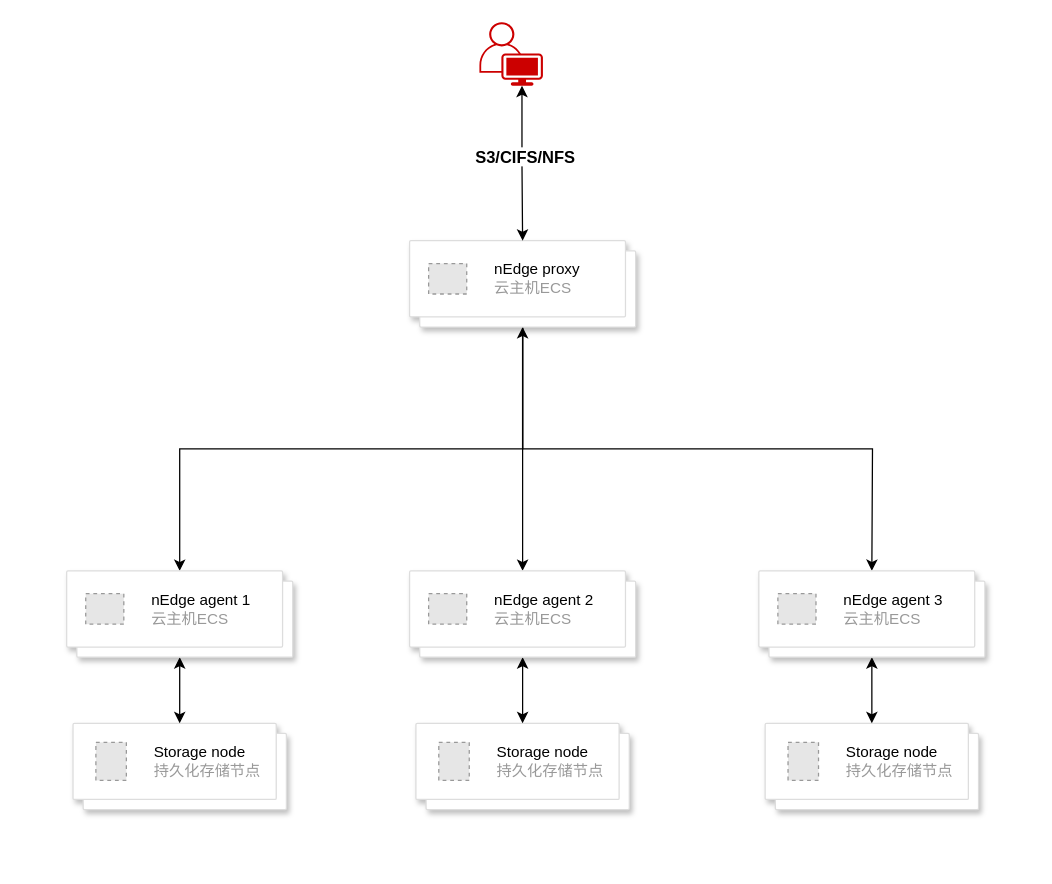
Earlier version of the draw.io diagram 东莞香港数据云.drawio (MyselfblueKAMI/drawpub). Source tidied: cells renumbered, new cells numbered last; positions are measured from the earlier drawing's top-left corner, leaving out a move shared by most shapes. Both pictures are drawn from the tidied source at 127%, with x=0, y=0 at pixel (66, 22). Pictures stored in the file or linked from it are replaced by grey dashed boxes.
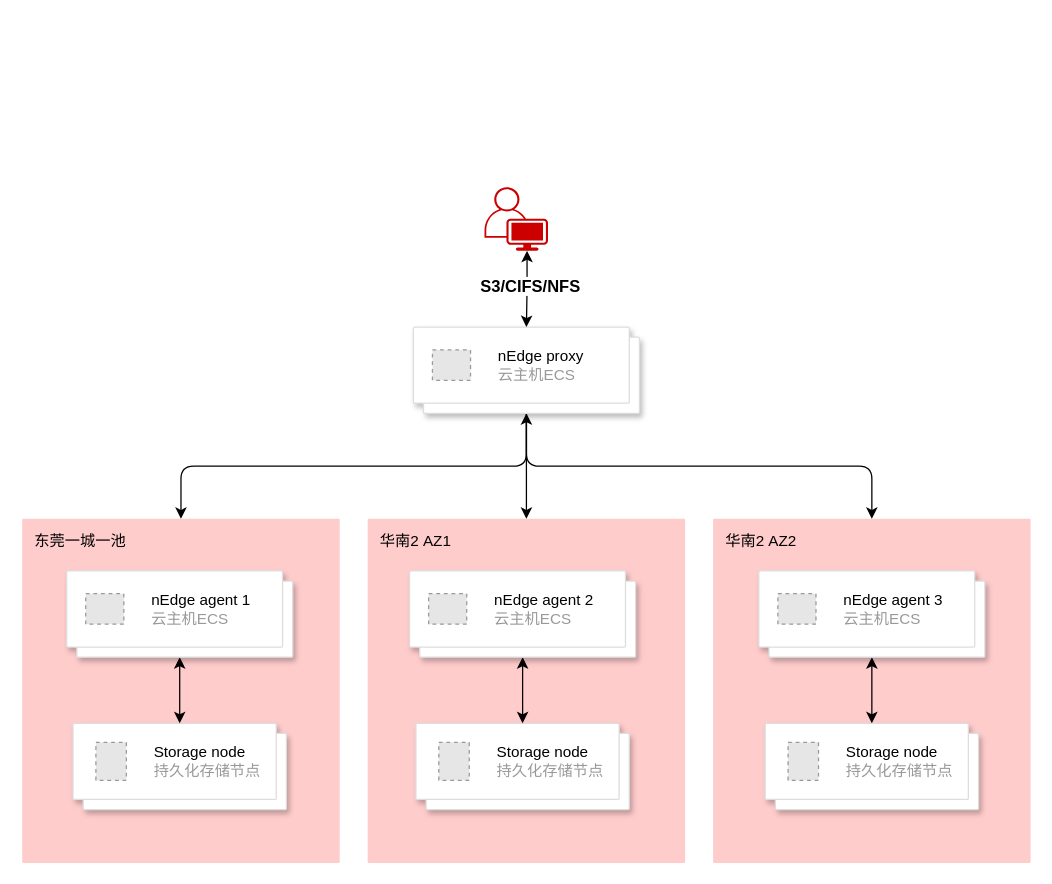
The same page after the edit.

Commit message (it also covers changes not shown here):
更新东莞香港数据云.drawio

The change refers to these unchanged cells:
```xml
<mxCell id="10" style="shape=mxgraph.gcp2.doubleRect;fillColor=#ffffff;strokeColor=#dddddd;shadow=1;strokeWidth=1;rounded=1;absoluteArcSize=1;arcSize=2;" parent="1" vertex="1">
  <mxGeometry y="432" width="178" height="68" as="geometry" />
</mxCell>
```

The edit, as a diff of the source:
```diff
@@
+    <mxCell id="25" value="&lt;font style=&quot;color: light-dark(rgb(0, 0, 0), rgb(0, 0, 0));&quot;&gt;华南2 AZ2&lt;/font&gt;" style="sketch=0;points=[[0,0,0],[0.25,0,0],[0.5,0,0],[0.75,0,0],[1,0,0],[1,0.25,0],[1,0.5,0],[1,0.75,0],[1,1,0],[0.75,1,0],[0.5,1,0],[0.25,1,0],[0,1,0],[0,0.75,0],[0,0.5,0],[0,0.25,0]];rounded=1;absoluteArcSize=1;arcSize=2;html=1;strokeColor=none;gradientColor=none;shadow=0;dashed=0;fontSize=12;fontColor=#9E9E9E;align=left;verticalAlign=top;spacing=10;spacingTop=-4;whiteSpace=wrap;fillColor=#FF9999;opacity=50;" parent="1" vertex="1">
+      <mxGeometry x="509" y="391" width="250" height="271" as="geometry" />
+    </mxCell>
+    <mxCell id="26" value="&lt;font style=&quot;color: light-dark(rgb(0, 0, 0), rgb(0, 0, 0));&quot;&gt;华南2 AZ1&lt;/font&gt;" style="sketch=0;points=[[0,0,0],[0.25,0,0],[0.5,0,0],[0.75,0,0],[1,0,0],[1,0.25,0],[1,0.5,0],[1,0.75,0],[1,1,0],[0.75,1,0],[0.5,1,0],[0.25,1,0],[0,1,0],[0,0.75,0],[0,0.5,0],[0,0.25,0]];rounded=1;absoluteArcSize=1;arcSize=2;html=1;strokeColor=none;gradientColor=none;shadow=0;dashed=0;fontSize=12;fontColor=#9E9E9E;align=left;verticalAlign=top;spacing=10;spacingTop=-4;whiteSpace=wrap;fillColor=#FF9999;opacity=50;" parent="1" vertex="1">
+      <mxGeometry x="237" y="391" width="250" height="271" as="geometry" />
+    </mxCell>
+    <mxCell id="27" value="&lt;font style=&quot;color: light-dark(rgb(0, 0, 0), rgb(0, 0, 0));&quot;&gt;东莞一城一池&lt;/font&gt;" style="sketch=0;points=[[0,0,0],[0.25,0,0],[0.5,0,0],[0.75,0,0],[1,0,0],[1,0.25,0],[1,0.5,0],[1,0.75,0],[1,1,0],[0.75,1,0],[0.5,1,0],[0.25,1,0],[0,1,0],[0,0.75,0],[0,0.5,0],[0,0.25,0]];rounded=1;absoluteArcSize=1;arcSize=2;html=1;strokeColor=none;gradientColor=none;shadow=0;dashed=0;fontSize=12;fontColor=#9E9E9E;align=left;verticalAlign=top;spacing=10;spacingTop=-4;whiteSpace=wrap;fillColor=#FF9999;opacity=50;" parent="1" vertex="1">
+      <mxGeometry x="-35" y="391" width="250" height="271" as="geometry" />
+    </mxCell>
@@
-    <mxCell id="4" style="edgeStyle=orthogonalEdgeStyle;rounded=0;jettySize=auto;html=1;exitX=0.5;exitY=1;exitDx=0;exitDy=0;entryX=0.5;entryY=0;entryDx=0;entryDy=0;startArrow=classic;startFill=1;" parent="1" edge="1" source="7" target="10">
+    <mxCell id="4" style="edgeStyle=orthogonalEdgeStyle;rounded=1;jettySize=auto;html=1;exitX=0.5;exitY=1;exitDx=0;exitDy=0;entryX=0.5;entryY=0;entryDx=0;entryDy=0;startArrow=classic;startFill=1;curved=0;entryPerimeter=0;" parent="1" edge="1" source="7" target="27">
       <mxGeometry relative="1" as="geometry" />
     </mxCell>
-    <mxCell id="5" style="edgeStyle=orthogonalEdgeStyle;rounded=0;jettySize=auto;html=1;exitX=0.5;exitY=1;exitDx=0;exitDy=0;entryX=0.5;entryY=0;entryDx=0;entryDy=0;" parent="1" edge="1" source="7">
-      <mxGeometry relative="1" as="geometry">
-        <mxPoint x="359" y="432" as="targetPoint" />
-      </mxGeometry>
+    <mxCell id="5" style="edgeStyle=orthogonalEdgeStyle;rounded=1;jettySize=auto;html=1;exitX=0.5;exitY=1;exitDx=0;exitDy=0;entryX=0.5;entryY=0;entryDx=0;entryDy=0;curved=0;entryPerimeter=0;" parent="1" edge="1" source="7" target="26">
+      <mxGeometry relative="1" as="geometry" />
     </mxCell>
-    <mxCell id="6" style="edgeStyle=orthogonalEdgeStyle;rounded=0;jettySize=auto;html=1;exitX=0.5;exitY=1;exitDx=0;exitDy=0;entryX=0.5;entryY=0;entryDx=0;entryDy=0;" parent="1" edge="1" source="7">
-      <mxGeometry relative="1" as="geometry">
-        <mxPoint x="634" y="432" as="targetPoint" />
-      </mxGeometry>
+    <mxCell id="6" style="edgeStyle=orthogonalEdgeStyle;rounded=1;jettySize=auto;html=1;exitX=0.5;exitY=1;exitDx=0;exitDy=0;entryX=0.5;entryY=0;entryDx=0;entryDy=0;curved=0;entryPerimeter=0;" parent="1" edge="1" source="7" target="25">
+      <mxGeometry relative="1" as="geometry" />
     </mxCell>
     <mxCell id="7" style="shape=mxgraph.gcp2.doubleRect;fillColor=#ffffff;strokeColor=#dddddd;shadow=1;strokeWidth=1;rounded=1;absoluteArcSize=1;arcSize=2;" parent="1" vertex="1">
-      <mxGeometry x="270" y="172" width="178" height="68" as="geometry" />
+      <mxGeometry x="273" y="240" width="178" height="68" as="geometry" />
     </mxCell>
@@
     <mxCell id="14" style="points=[[0.35,0,0],[0.98,0.51,0],[1,0.71,0],[0.67,1,0],[0,0.795,0],[0,0.65,0]];verticalLabelPosition=bottom;sketch=0;html=1;verticalAlign=top;align=center;shape=mxgraph.cisco19.user;fillColor=#CC0000;strokeColor=none;" parent="1" vertex="1">
-      <mxGeometry x="325" width="50" height="50" as="geometry" />
+      <mxGeometry x="329" y="130" width="50" height="50" as="geometry" />
     </mxCell>
```
